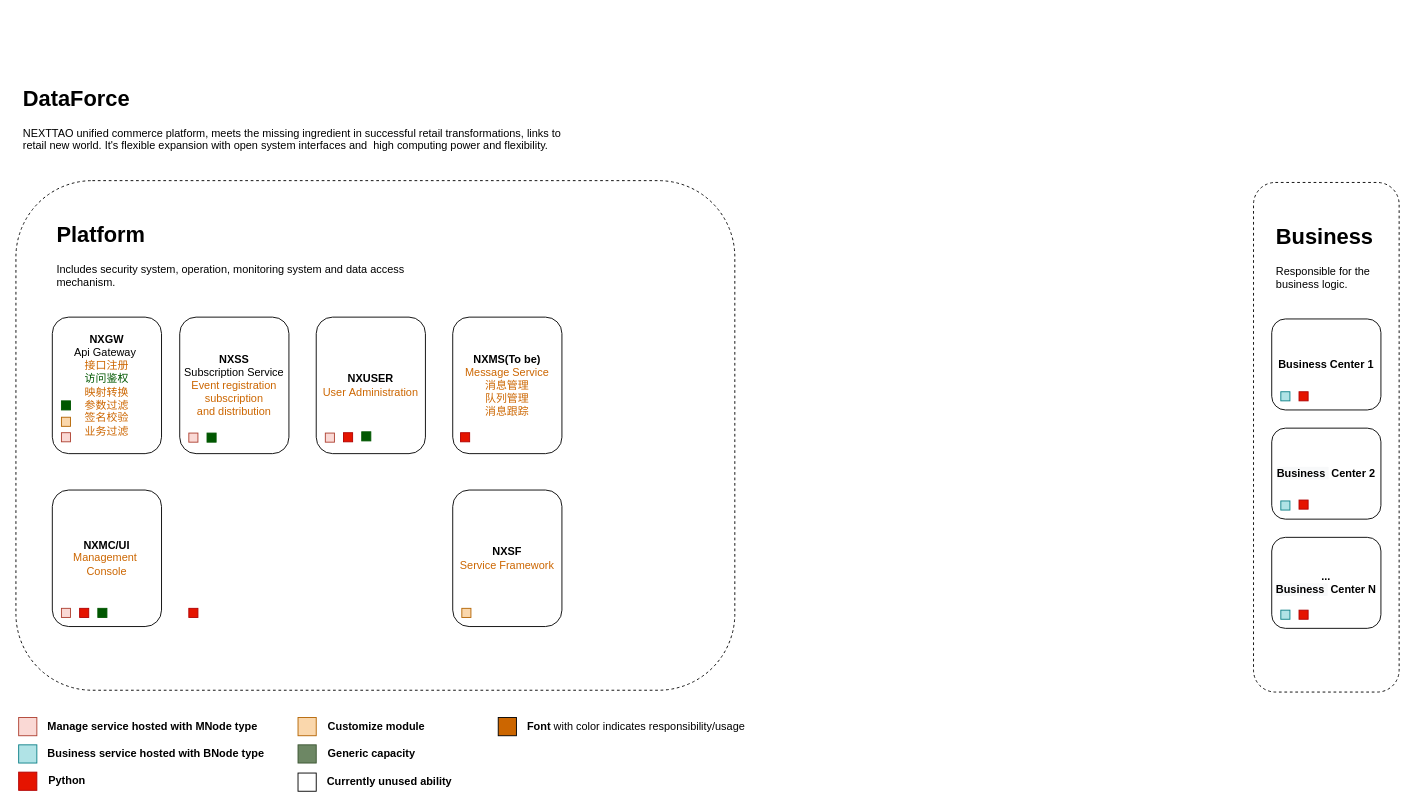
sotheair/designs keeps this draw.io diagram as page "MLP - GenericCapacity" (2 of 3) of Mid Layer Platform Technical Arch.drawio. Above is the earlier version. Source tidied: cells renumbered, new cells numbered last; positions are measured from the earlier drawing's top-left corner, leaving out a move shared by most shapes. Both pictures are drawn from the tidied source at 91%, with x=0, y=0 at pixel (15, 80).
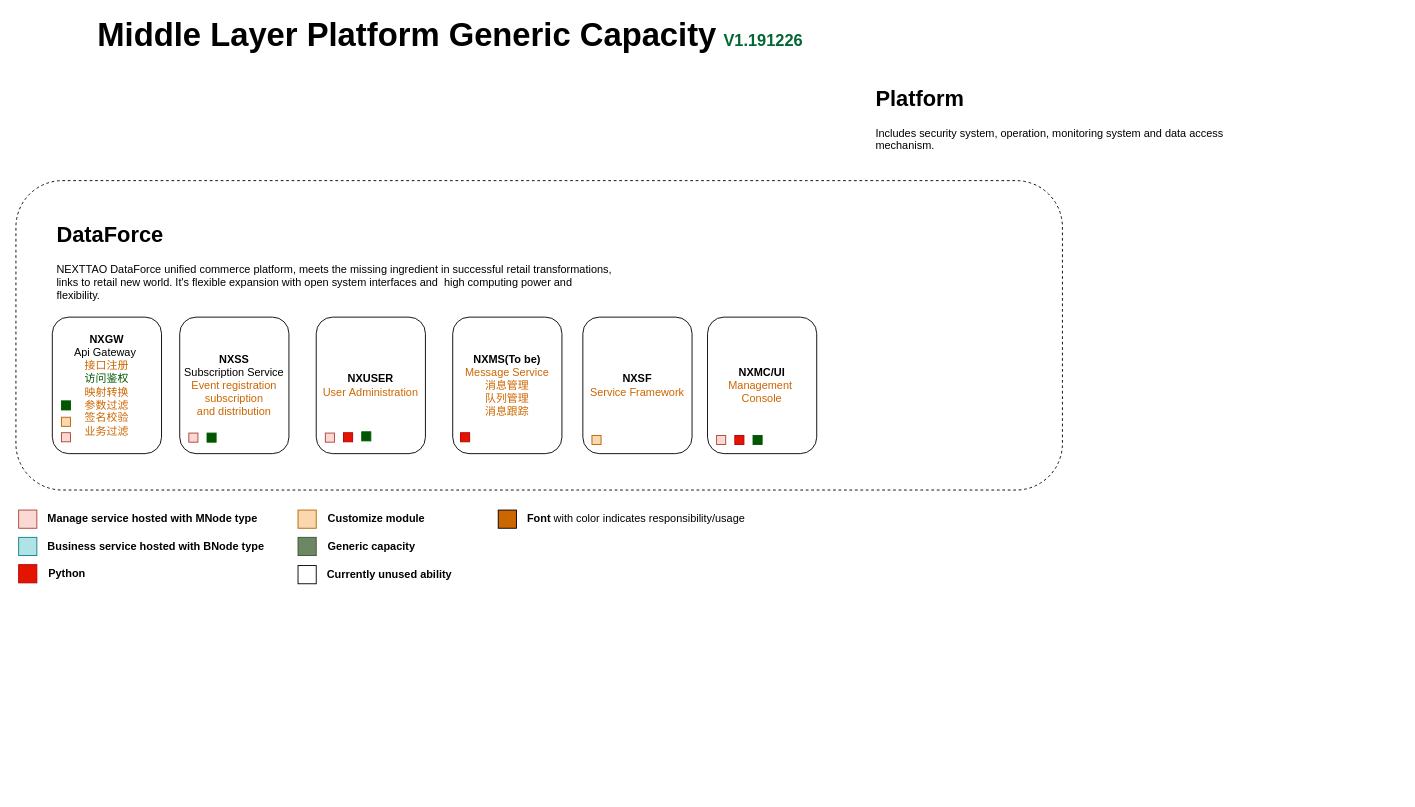
The same page after the edit.

What changed in the source:
```diff
@@
     <mxCell id="2" style="rounded=1;whiteSpace=wrap;html=1;dashed=1;fillColor=none;" parent="1" vertex="1">
-      <mxGeometry y="110" width="790" height="560" as="geometry" />
+      <mxGeometry y="110" width="1150" height="340" as="geometry" />
     </mxCell>
-    <mxCell id="3" value="&lt;h1&gt;DataForce&lt;/h1&gt;&lt;p&gt;NEXTTAO unified commerce platform, meets the missing ingredient in successful retail&amp;nbsp;transformations, links to retail new world. It's flexible expansion with open system interfaces and&amp;nbsp; high computing power and flexibility.&lt;/p&gt;" style="text;html=1;strokeColor=none;fillColor=none;spacing=5;spacingTop=-20;whiteSpace=wrap;overflow=hidden;rounded=0;dashed=1;" parent="1" vertex="1">
-      <mxGeometry x="3" width="620" height="85" as="geometry" />
+    <mxCell id="3" value="&lt;h1&gt;DataForce&lt;/h1&gt;&lt;p&gt;NEXTTAO DataForce unified commerce platform, meets the missing ingredient in successful retail&amp;nbsp;transformations, links to retail new world. It's flexible expansion with open system interfaces and&amp;nbsp; high computing power and flexibility.&lt;/p&gt;" style="text;html=1;strokeColor=none;fillColor=none;spacing=5;spacingTop=-20;whiteSpace=wrap;overflow=hidden;rounded=0;dashed=1;" parent="1" vertex="1">
+      <mxGeometry x="40" y="150" width="620" height="100" as="geometry" />
     </mxCell>
-    <mxCell id="4" style="rounded=1;whiteSpace=wrap;html=1;dashed=1;fillColor=none;" parent="1" vertex="1">
-      <mxGeometry x="1360" y="112" width="160" height="560" as="geometry" />
-    </mxCell>
     <mxCell id="5" value="&lt;h1&gt;Platform&lt;/h1&gt;&lt;p&gt;I&lt;span&gt;ncludes security system, operation, monitoring system and data access mechanism.&lt;/span&gt;&lt;/p&gt;" style="text;html=1;strokeColor=none;fillColor=none;spacing=5;spacingTop=-20;whiteSpace=wrap;overflow=hidden;rounded=0;dashed=1;" parent="1" vertex="1">
-      <mxGeometry x="40" y="150" width="400" height="90" as="geometry" />
+      <mxGeometry x="940" width="400" height="90" as="geometry" />
     </mxCell>
@@
     <mxCell id="9" value="&lt;b&gt;NXMC/UI&lt;/b&gt;&lt;br&gt;&lt;font color=&quot;#cc6600&quot;&gt;Management&amp;nbsp;&lt;br&gt;Console&lt;/font&gt;" style="rounded=1;whiteSpace=wrap;html=1;fillColor=none;" parent="1" vertex="1">
-      <mxGeometry x="40" y="450" width="120" height="150" as="geometry" />
+      <mxGeometry x="760" y="260" width="120" height="150" as="geometry" />
     </mxCell>
     <mxCell id="10" value="&lt;b&gt;NXSF&lt;/b&gt;&lt;br&gt;&lt;font color=&quot;#cc6600&quot;&gt;Service Framework&lt;/font&gt;" style="rounded=1;whiteSpace=wrap;html=1;fillColor=none;" parent="1" vertex="1">
-      <mxGeometry x="480" y="450" width="120" height="150" as="geometry" />
+      <mxGeometry x="623" y="260" width="120" height="150" as="geometry" />
     </mxCell>
-    <mxCell id="11" value="&lt;h1&gt;Business&lt;/h1&gt;&lt;p&gt;Responsible for the business logic.&lt;/p&gt;" style="text;html=1;strokeColor=none;fillColor=none;spacing=5;spacingTop=-20;whiteSpace=wrap;overflow=hidden;rounded=0;dashed=1;" parent="1" vertex="1">
-      <mxGeometry x="1380" y="152" width="140" height="90" as="geometry" />
-    </mxCell>
-    <mxCell id="12" value="&lt;b&gt;Business Center 1&lt;/b&gt;" style="rounded=1;whiteSpace=wrap;html=1;fillColor=none;" parent="1" vertex="1">
-      <mxGeometry x="1380" y="262" width="120" height="100" as="geometry" />
-    </mxCell>
     <mxCell id="13" style="rounded=0;whiteSpace=wrap;html=1;fillColor=#fad9d5;strokeColor=#ae4132;" parent="1" vertex="1">
-      <mxGeometry x="3" y="700" width="20" height="20" as="geometry" />
+      <mxGeometry x="3" y="472" width="20" height="20" as="geometry" />
     </mxCell>
     <mxCell id="14" value="&lt;b&gt;Manage service hosted with MNode type&lt;/b&gt;" style="text;html=1;strokeColor=none;fillColor=none;align=left;verticalAlign=middle;whiteSpace=wrap;rounded=0;" parent="1" vertex="1">
-      <mxGeometry x="33" y="700" width="237" height="20" as="geometry" />
+      <mxGeometry x="33" y="472" width="237" height="20" as="geometry" />
     </mxCell>
     <mxCell id="15" style="rounded=0;whiteSpace=wrap;html=1;fillColor=none;" parent="1" vertex="1">
-      <mxGeometry x="310" y="761" width="20" height="20" as="geometry" />
+      <mxGeometry x="310" y="533" width="20" height="20" as="geometry" />
     </mxCell>
     <mxCell id="16" value="&lt;b&gt;Currently unused&amp;nbsp;ability&lt;/b&gt;" style="text;html=1;strokeColor=none;fillColor=none;align=left;verticalAlign=middle;whiteSpace=wrap;rounded=0;" parent="1" vertex="1">
-      <mxGeometry x="340" y="761" width="140" height="20" as="geometry" />
+      <mxGeometry x="340" y="533" width="140" height="20" as="geometry" />
     </mxCell>
     <mxCell id="17" style="rounded=0;whiteSpace=wrap;html=1;fillColor=#e51400;strokeColor=#B20000;fontColor=#ffffff;" parent="1" vertex="1">
-      <mxGeometry x="3" y="760" width="20" height="20" as="geometry" />
+      <mxGeometry x="3" y="532" width="20" height="20" as="geometry" />
     </mxCell>
     <mxCell id="18" value="&lt;b&gt;Python&lt;/b&gt;" style="text;html=1;strokeColor=none;fillColor=none;align=left;verticalAlign=middle;whiteSpace=wrap;rounded=0;" parent="1" vertex="1">
-      <mxGeometry x="34.4" y="760" width="48.6" height="20" as="geometry" />
+      <mxGeometry x="34.4" y="532" width="48.6" height="20" as="geometry" />
     </mxCell>
     <mxCell id="19" style="rounded=0;whiteSpace=wrap;html=1;fillColor=#b0e3e6;strokeColor=#0e8088;" parent="1" vertex="1">
-      <mxGeometry x="3" y="730" width="20" height="20" as="geometry" />
+      <mxGeometry x="3" y="502" width="20" height="20" as="geometry" />
     </mxCell>
     <mxCell id="20" value="&lt;b&gt;Business service hosted with BNode type&lt;/b&gt;" style="text;html=1;strokeColor=none;fillColor=none;align=left;verticalAlign=middle;whiteSpace=wrap;rounded=0;" parent="1" vertex="1">
-      <mxGeometry x="33" y="730" width="257" height="20" as="geometry" />
+      <mxGeometry x="33" y="502" width="257" height="20" as="geometry" />
     </mxCell>
@@
-    <mxCell id="22" style="rounded=0;whiteSpace=wrap;html=1;fillColor=#b0e3e6;strokeColor=#0e8088;" parent="1" vertex="1">
-      <mxGeometry x="1390" y="342" width="10" height="10" as="geometry" />
-    </mxCell>
-    <mxCell id="23" value="&lt;span style=&quot;display: inline ; float: none ; background-color: rgb(248 , 249 , 250) ; color: rgb(0 , 0 , 0) ; font-family: &amp;#34;helvetica&amp;#34; ; font-size: 12px ; font-style: normal ; font-variant: normal ; font-weight: 700 ; letter-spacing: normal ; text-align: center ; text-decoration: none ; text-indent: 0px ; text-transform: none ; white-space: normal ; word-spacing: 0px&quot;&gt;Business&amp;nbsp;&lt;/span&gt;&lt;b&gt; Center 2&lt;/b&gt;" style="rounded=1;whiteSpace=wrap;html=1;fillColor=none;" parent="1" vertex="1">
-      <mxGeometry x="1380" y="382" width="120" height="100" as="geometry" />
-    </mxCell>
-    <mxCell id="24" style="rounded=0;whiteSpace=wrap;html=1;fillColor=#b0e3e6;strokeColor=#0e8088;" parent="1" vertex="1">
-      <mxGeometry x="1390" y="462" width="10" height="10" as="geometry" />
-    </mxCell>
-    <mxCell id="25" value="&lt;b&gt;...&lt;br&gt;&lt;/b&gt;&lt;span style=&quot;display: inline ; float: none ; background-color: rgb(248 , 249 , 250) ; color: rgb(0 , 0 , 0) ; font-family: &amp;#34;helvetica&amp;#34; ; font-size: 12px ; font-style: normal ; font-variant: normal ; font-weight: 700 ; letter-spacing: normal ; text-align: center ; text-decoration: none ; text-indent: 0px ; text-transform: none ; white-space: normal ; word-spacing: 0px&quot;&gt;Business&amp;nbsp;&lt;/span&gt;&lt;b&gt; Center N&lt;/b&gt;" style="rounded=1;whiteSpace=wrap;html=1;fillColor=none;" parent="1" vertex="1">
-      <mxGeometry x="1380" y="502" width="120" height="100" as="geometry" />
-    </mxCell>
-    <mxCell id="26" style="rounded=0;whiteSpace=wrap;html=1;fillColor=#b0e3e6;strokeColor=#0e8088;" parent="1" vertex="1">
-      <mxGeometry x="1390" y="582" width="10" height="10" as="geometry" />
-    </mxCell>
-    <mxCell id="27" style="rounded=0;whiteSpace=wrap;html=1;fillColor=#e51400;strokeColor=#B20000;fontColor=#ffffff;" parent="1" vertex="1">
-      <mxGeometry x="1410" y="342" width="10" height="10" as="geometry" />
-    </mxCell>
-    <mxCell id="28" style="rounded=0;whiteSpace=wrap;html=1;fillColor=#e51400;strokeColor=#B20000;fontColor=#ffffff;" parent="1" vertex="1">
-      <mxGeometry x="1410" y="461" width="10" height="10" as="geometry" />
-    </mxCell>
-    <mxCell id="29" style="rounded=0;whiteSpace=wrap;html=1;fillColor=#e51400;strokeColor=#B20000;fontColor=#ffffff;" parent="1" vertex="1">
-      <mxGeometry x="1410" y="582" width="10" height="10" as="geometry" />
-    </mxCell>
@@
     <mxCell id="33" style="rounded=0;whiteSpace=wrap;html=1;fillColor=#fad9d5;strokeColor=#ae4132;" parent="1" vertex="1">
-      <mxGeometry x="50" y="580" width="10" height="10" as="geometry" />
+      <mxGeometry x="770" y="390" width="10" height="10" as="geometry" />
     </mxCell>
     <mxCell id="34" style="rounded=0;whiteSpace=wrap;html=1;fillColor=#fad7ac;strokeColor=#b46504;" parent="1" vertex="1">
-      <mxGeometry x="310" y="700" width="20" height="20" as="geometry" />
+      <mxGeometry x="310" y="472" width="20" height="20" as="geometry" />
     </mxCell>
     <mxCell id="35" value="&lt;b&gt;Customize module&lt;/b&gt;" style="text;html=1;strokeColor=none;fillColor=none;align=left;verticalAlign=middle;whiteSpace=wrap;rounded=0;" parent="1" vertex="1">
-      <mxGeometry x="341.4" y="700" width="208.6" height="20" as="geometry" />
+      <mxGeometry x="341.4" y="472" width="208.6" height="20" as="geometry" />
     </mxCell>
     <mxCell id="36" style="rounded=0;whiteSpace=wrap;html=1;fillColor=#fad7ac;strokeColor=#b46504;" parent="1" vertex="1">
-      <mxGeometry x="490" y="580" width="10" height="10" as="geometry" />
+      <mxGeometry x="633" y="390" width="10" height="10" as="geometry" />
     </mxCell>
@@
-    <mxCell id="39" style="rounded=0;whiteSpace=wrap;html=1;fillColor=#e51400;strokeColor=#B20000;fontColor=#ffffff;" parent="1" vertex="1">
-      <mxGeometry x="190" y="580" width="10" height="10" as="geometry" />
-    </mxCell>
@@
     <mxCell id="42" style="rounded=0;whiteSpace=wrap;html=1;fillColor=#e51400;strokeColor=#B20000;fontColor=#ffffff;" parent="1" vertex="1">
-      <mxGeometry x="70" y="580" width="10" height="10" as="geometry" />
+      <mxGeometry x="790" y="390" width="10" height="10" as="geometry" />
     </mxCell>
     <mxCell id="43" style="rounded=0;whiteSpace=wrap;html=1;fillColor=#6d8764;strokeColor=#3A5431;fontColor=#ffffff;" parent="1" vertex="1">
-      <mxGeometry x="310" y="730" width="20" height="20" as="geometry" />
+      <mxGeometry x="310" y="502" width="20" height="20" as="geometry" />
     </mxCell>
     <mxCell id="44" value="&lt;b&gt;Generic capacity&lt;/b&gt;" style="text;html=1;strokeColor=none;fillColor=none;align=left;verticalAlign=middle;whiteSpace=wrap;rounded=0;" parent="1" vertex="1">
-      <mxGeometry x="341.4" y="730" width="108.6" height="20" as="geometry" />
+      <mxGeometry x="341.4" y="502" width="108.6" height="20" as="geometry" />
     </mxCell>
     <mxCell id="45" style="rounded=0;whiteSpace=wrap;html=1;fillColor=#CC6600;" parent="1" vertex="1">
-      <mxGeometry x="530" y="700" width="20" height="20" as="geometry" />
+      <mxGeometry x="530" y="472" width="20" height="20" as="geometry" />
     </mxCell>
     <mxCell id="46" value="&lt;b&gt;Font &lt;/b&gt;with color indicates responsibility/usage" style="text;html=1;strokeColor=none;fillColor=none;align=left;verticalAlign=middle;whiteSpace=wrap;rounded=0;" parent="1" vertex="1">
-      <mxGeometry x="560" y="700" width="270" height="20" as="geometry" />
+      <mxGeometry x="560" y="472" width="270" height="20" as="geometry" />
     </mxCell>
@@
     <mxCell id="49" style="rounded=0;whiteSpace=wrap;html=1;fillColor=#005700;strokeColor=#005700;fontColor=#ffffff;" parent="1" vertex="1">
-      <mxGeometry x="90" y="580" width="10" height="10" as="geometry" />
+      <mxGeometry x="810" y="390" width="10" height="10" as="geometry" />
     </mxCell>
+    <mxCell id="50" value="&lt;font style=&quot;font-size: 36px&quot;&gt;Middle Layer Platform Generic Capacity&lt;/font&gt;&lt;font&gt;&lt;font style=&quot;font-size: 28px&quot;&gt; &lt;span style=&quot;color: rgb(0 , 102 , 51) ; font-size: 18px&quot;&gt;V&lt;/span&gt;&lt;/font&gt;&lt;font color=&quot;#006633&quot; style=&quot;font-size: 18px&quot;&gt;1.191226&lt;/font&gt;&lt;br&gt;&lt;/font&gt;" style="text;html=1;strokeColor=none;fillColor=none;align=center;verticalAlign=middle;whiteSpace=wrap;rounded=0;fontStyle=1;" parent="1" vertex="1">
+      <mxGeometry y="-60" width="955" height="20" as="geometry" />
+    </mxCell>
```
